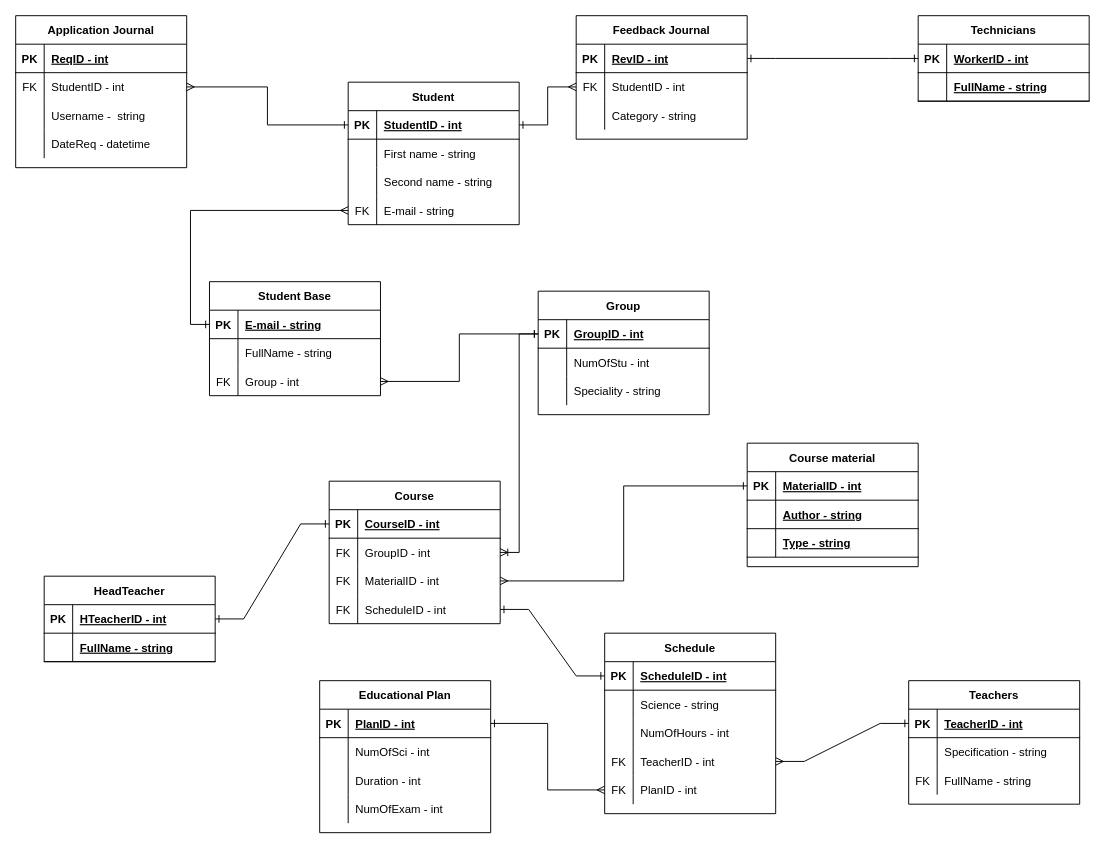
The draw.io diagram ER.drawio in JKtheeone/Online-School, before the edit. Source tidied: cells renumbered, new cells numbered last; positions are measured from the earlier drawing's top-left corner, leaving out a move shared by most shapes. Both pictures are drawn from the tidied source at 95%, with x=0, y=0 at pixel (15, 15).
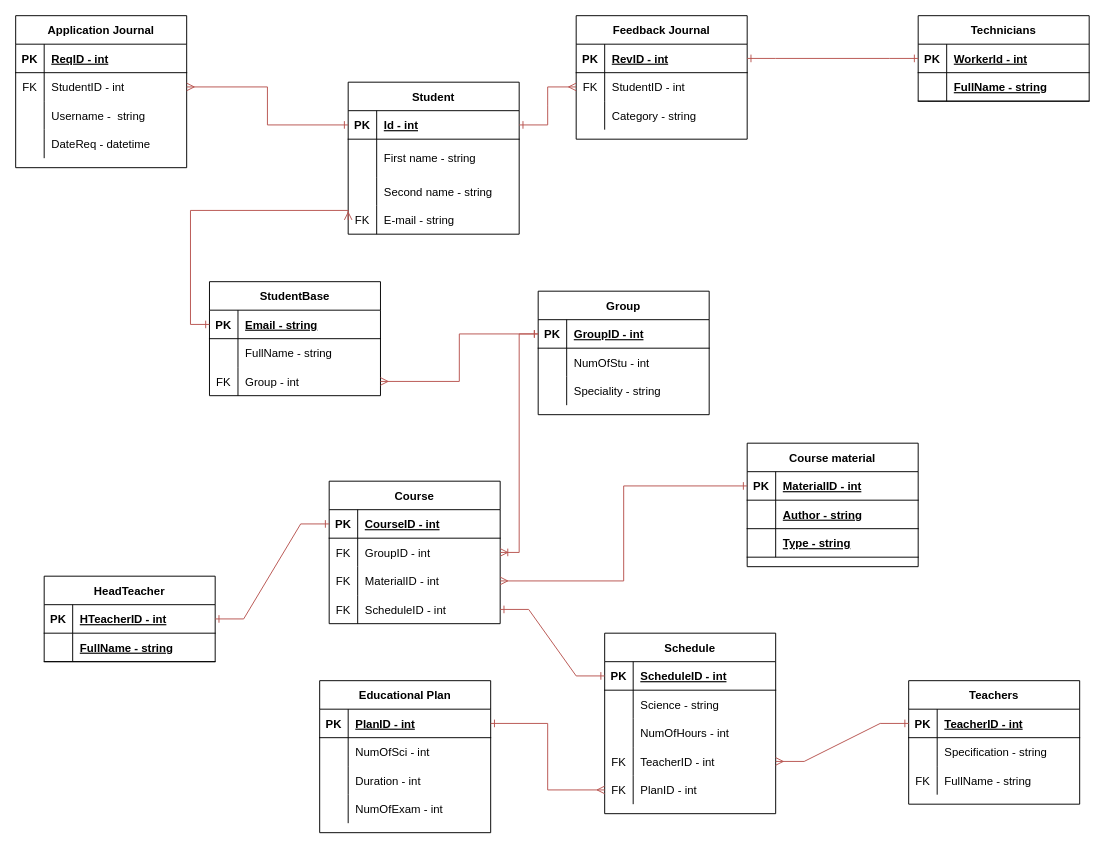
After the change.

Unchanged cells that the change refers to:
```xml
<mxCell id="3" style="shape=partialRectangle;fillColor=none;top=0;left=0;bottom=1;right=0;points=[[0,0.5],[1,0.5]];portConstraint=eastwest;" parent="2" vertex="1">
  <mxGeometry y="30" width="180" height="30" as="geometry" />
</mxCell>
<mxCell id="16" style="shape=partialRectangle;fillColor=none;top=0;left=0;bottom=1;right=0;points=[[0,0.5],[1,0.5]];portConstraint=eastwest;" parent="15" vertex="1">
  <mxGeometry y="30" width="180" height="30" as="geometry" />
</mxCell>
<mxCell id="19" style="shape=partialRectangle;fillColor=none;top=0;left=0;bottom=0;right=0;points=[[0,0.5],[1,0.5]];portConstraint=eastwest;" parent="15" vertex="1">
  <mxGeometry y="60" width="180" height="30" as="geometry" />
</mxCell>
<mxCell id="29" style="shape=partialRectangle;fillColor=none;top=0;left=0;bottom=0;right=0;points=[[0,0.5],[1,0.5]];portConstraint=eastwest;" parent="25" vertex="1">
  <mxGeometry y="60" width="180" height="30" as="geometry" />
</mxCell>
<mxCell id="39" style="shape=partialRectangle;fillColor=none;top=0;left=0;bottom=1;right=0;points=[[0,0.5],[1,0.5]];portConstraint=eastwest;" parent="38" vertex="1">
  <mxGeometry y="30" width="180" height="30" as="geometry" />
</mxCell>
<mxCell id="46" style="shape=partialRectangle;fillColor=none;top=0;left=0;bottom=1;right=0;points=[[0,0.5],[1,0.5]];portConstraint=eastwest;" parent="45" vertex="1">
  <mxGeometry y="30" width="180" height="30" as="geometry" />
</mxCell>
<mxCell id="53" style="shape=partialRectangle;fillColor=none;top=0;left=0;bottom=1;right=0;points=[[0,0.5],[1,0.5]];portConstraint=eastwest;" parent="52" vertex="1">
  <mxGeometry y="30" width="180" height="30" as="geometry" />
</mxCell>
<mxCell id="66" style="shape=partialRectangle;fillColor=none;top=0;left=0;bottom=1;right=0;points=[[0,0.5],[1,0.5]];portConstraint=eastwest;" parent="65" vertex="1">
  <mxGeometry y="30" width="180" height="30" as="geometry" />
</mxCell>
<mxCell id="75" style="shape=partialRectangle;fillColor=none;top=0;left=0;bottom=0;right=0;points=[[0,0.5],[1,0.5]];portConstraint=eastwest;" parent="65" vertex="1">
  <mxGeometry y="120" width="180" height="30" as="geometry" />
</mxCell>
<mxCell id="78" style="shape=partialRectangle;fillColor=none;top=0;left=0;bottom=0;right=0;points=[[0,0.5],[1,0.5]];portConstraint=eastwest;" parent="65" vertex="1">
  <mxGeometry y="150" width="180" height="30" as="geometry" />
</mxCell>
<mxCell id="82" style="shape=partialRectangle;fillColor=none;top=0;left=0;bottom=1;right=0;points=[[0,0.5],[1,0.5]];portConstraint=eastwest;" parent="81" vertex="1">
  <mxGeometry y="30" width="180" height="30" as="geometry" />
</mxCell>
<mxCell id="85" style="shape=partialRectangle;fillColor=none;top=0;left=0;bottom=0;right=0;points=[[0,0.5],[1,0.5]];portConstraint=eastwest;" parent="81" vertex="1">
  <mxGeometry y="60" width="180" height="30" as="geometry" />
</mxCell>
<mxCell id="88" style="shape=partialRectangle;fillColor=none;top=0;left=0;bottom=0;right=0;points=[[0,0.5],[1,0.5]];portConstraint=eastwest;" parent="81" vertex="1">
  <mxGeometry y="90" width="180" height="30" as="geometry" />
</mxCell>
<mxCell id="91" style="shape=partialRectangle;fillColor=none;top=0;left=0;bottom=0;right=0;points=[[0,0.5],[1,0.5]];portConstraint=eastwest;" parent="81" vertex="1">
  <mxGeometry y="120" width="180" height="30" as="geometry" />
</mxCell>
<mxCell id="95" style="shape=partialRectangle;fillColor=none;top=0;left=0;bottom=1;right=0;points=[[0,0.5],[1,0.5]];portConstraint=eastwest;" parent="94" vertex="1">
  <mxGeometry y="30" width="180" height="30" as="geometry" />
</mxCell>
<mxCell id="110" style="shape=partialRectangle;fillColor=none;top=0;left=0;bottom=1;right=0;points=[[0,0.5],[1,0.5]];portConstraint=eastwest;fontColor=default;strokeColor=default;" parent="109" vertex="1">
  <mxGeometry y="30" width="180" height="30" as="geometry" />
</mxCell>
<mxCell id="120" style="shape=partialRectangle;fillColor=none;top=0;left=0;bottom=1;right=0;points=[[0,0.5],[1,0.5]];portConstraint=eastwest;fontColor=default;strokeColor=default;" parent="119" vertex="1">
  <mxGeometry y="30" width="180" height="30" as="geometry" />
</mxCell>
<mxCell id="130" style="shape=partialRectangle;fillColor=none;top=0;left=0;bottom=1;right=0;points=[[0,0.5],[1,0.5]];portConstraint=eastwest;fontColor=default;strokeColor=default;" parent="129" vertex="1">
  <mxGeometry y="30" width="180" height="30" as="geometry" />
</mxCell>
<mxCell id="136" style="shape=partialRectangle;fillColor=none;top=0;left=0;bottom=0;right=0;points=[[0,0.5],[1,0.5]];portConstraint=eastwest;fontColor=default;strokeColor=default;" parent="129" vertex="1">
  <mxGeometry y="90" width="180" height="30" as="geometry" />
</mxCell>
```

Diff of the diagram source:
```diff
@@
     <mxCell id="2" value="Student" style="shape=table;startSize=30;childLayout=tableLayout;rowLines=0;fontStyle=1;align=center;fillColor=default;strokeColor=default;fontColor=default;" parent="1" vertex="1">
-      <mxGeometry x="350" y="70" width="180" height="150" as="geometry" />
+      <mxGeometry x="350" y="70" width="180" height="160" as="geometry" />
     </mxCell>
@@
-    <mxCell id="5" value="StudentID - int" style="shape=partialRectangle;fillColor=none;top=0;left=0;bottom=0;right=0;align=left;spacingLeft=6;fontStyle=5;overflow=hidden;" parent="3" vertex="1">
+    <mxCell id="5" value="Id - int" style="shape=partialRectangle;fillColor=none;top=0;left=0;bottom=0;right=0;align=left;spacingLeft=6;fontStyle=5;overflow=hidden;" parent="3" vertex="1">
       <mxGeometry x="30" width="150" height="30" as="geometry" />
     </mxCell>
     <mxCell id="6" style="shape=partialRectangle;fillColor=none;top=0;left=0;bottom=0;right=0;" parent="2" vertex="1">
-      <mxGeometry y="60" width="180" height="30" as="geometry" />
+      <mxGeometry y="60" width="180" height="40" as="geometry" />
     </mxCell>
     <mxCell id="7" style="shape=partialRectangle;fillColor=none;top=0;left=0;bottom=0;right=0;overflow=hidden;" parent="6" vertex="1">
-      <mxGeometry width="30" height="30" as="geometry" />
+      <mxGeometry width="30" height="40" as="geometry" />
     </mxCell>
     <mxCell id="8" value="First name - string" style="shape=partialRectangle;fillColor=none;top=0;left=0;bottom=0;right=0;align=left;spacingLeft=6;overflow=hidden;" parent="6" vertex="1">
-      <mxGeometry x="30" width="150" height="30" as="geometry" />
+      <mxGeometry x="30" width="150" height="40" as="geometry" />
     </mxCell>
     <mxCell id="9" style="shape=partialRectangle;fillColor=none;top=0;left=0;bottom=0;right=0;" parent="2" vertex="1">
-      <mxGeometry y="90" width="180" height="30" as="geometry" />
+      <mxGeometry y="100" width="180" height="30" as="geometry" />
     </mxCell>
@@
     <mxCell id="12" style="shape=partialRectangle;fillColor=none;top=0;left=0;bottom=0;right=0;points=[[0,0.5],[1,0.5]];portConstraint=eastwest;" parent="2" vertex="1">
-      <mxGeometry y="120" width="180" height="30" as="geometry" />
+      <mxGeometry y="130" width="180" height="30" as="geometry" />
     </mxCell>
@@
-    <mxCell id="41" value="WorkerID - int" style="shape=partialRectangle;fillColor=none;top=0;left=0;bottom=0;right=0;align=left;spacingLeft=6;fontStyle=5;overflow=hidden;" parent="39" vertex="1">
+    <mxCell id="41" value="WorkerId - int" style="shape=partialRectangle;fillColor=none;top=0;left=0;bottom=0;right=0;align=left;spacingLeft=6;fontStyle=5;overflow=hidden;" parent="39" vertex="1">
       <mxGeometry x="30" width="150" height="30" as="geometry" />
     </mxCell>
@@
-    <mxCell id="104" style="edgeStyle=entityRelationEdgeStyle;fontSize=12;html=1;endArrow=ERmany;startArrow=ERone;rounded=0;exitX=1;exitY=0.5;exitDx=0;exitDy=0;entryX=0;entryY=0.5;entryDx=0;entryDy=0;startFill=0;endFill=0;" parent="1" edge="1" source="3" target="19">
+    <mxCell id="104" style="edgeStyle=entityRelationEdgeStyle;fontSize=12;html=1;endArrow=ERmany;startArrow=ERone;rounded=0;exitX=1;exitY=0.5;exitDx=0;exitDy=0;entryX=0;entryY=0.5;entryDx=0;entryDy=0;startFill=0;endFill=0;fillColor=#f8cecc;strokeColor=#b85450;" parent="1" edge="1" source="3" target="19">
       <mxGeometry relative="1" as="geometry" />
     </mxCell>
-    <mxCell id="105" style="edgeStyle=entityRelationEdgeStyle;fontSize=12;html=1;endArrow=ERone;startArrow=ERone;rounded=0;exitX=1;exitY=0.5;exitDx=0;exitDy=0;entryX=0;entryY=0.5;entryDx=0;entryDy=0;startFill=0;endFill=0;" parent="1" edge="1" source="16" target="39">
+    <mxCell id="105" style="edgeStyle=entityRelationEdgeStyle;fontSize=12;html=1;endArrow=ERone;startArrow=ERone;rounded=0;exitX=1;exitY=0.5;exitDx=0;exitDy=0;entryX=0;entryY=0.5;entryDx=0;entryDy=0;startFill=0;endFill=0;fillColor=#f8cecc;strokeColor=#b85450;" parent="1" edge="1" source="16" target="39">
       <mxGeometry relative="1" as="geometry" />
     </mxCell>
-    <mxCell id="106" style="edgeStyle=entityRelationEdgeStyle;fontSize=12;html=1;endArrow=ERone;startArrow=ERmany;rounded=0;exitX=1;exitY=0.5;exitDx=0;exitDy=0;entryX=0;entryY=0.5;entryDx=0;entryDy=0;startFill=0;endFill=0;" parent="1" edge="1" source="75" target="95">
+    <mxCell id="106" style="edgeStyle=entityRelationEdgeStyle;fontSize=12;html=1;endArrow=ERone;startArrow=ERmany;rounded=0;exitX=1;exitY=0.5;exitDx=0;exitDy=0;entryX=0;entryY=0.5;entryDx=0;entryDy=0;startFill=0;endFill=0;fillColor=#f8cecc;strokeColor=#b85450;" parent="1" edge="1" source="75" target="95">
       <mxGeometry relative="1" as="geometry" />
     </mxCell>
-    <mxCell id="107" style="edgeStyle=entityRelationEdgeStyle;fontSize=12;html=1;endArrow=ERone;startArrow=ERone;rounded=0;exitX=1;exitY=0.5;exitDx=0;exitDy=0;entryX=0;entryY=0.5;entryDx=0;entryDy=0;startFill=0;endFill=0;" parent="1" edge="1" source="46" target="82">
+    <mxCell id="107" style="edgeStyle=entityRelationEdgeStyle;fontSize=12;html=1;endArrow=ERone;startArrow=ERone;rounded=0;exitX=1;exitY=0.5;exitDx=0;exitDy=0;entryX=0;entryY=0.5;entryDx=0;entryDy=0;startFill=0;endFill=0;fillColor=#f8cecc;strokeColor=#b85450;" parent="1" edge="1" source="46" target="82">
       <mxGeometry relative="1" as="geometry" />
     </mxCell>
-    <mxCell id="108" style="edgeStyle=entityRelationEdgeStyle;fontSize=12;html=1;endArrow=ERone;startArrow=ERone;rounded=0;startFill=0;endFill=0;exitX=1;exitY=0.5;exitDx=0;exitDy=0;entryX=0;entryY=0.5;entryDx=0;entryDy=0;" parent="1" edge="1" source="91" target="66">
+    <mxCell id="108" style="edgeStyle=entityRelationEdgeStyle;fontSize=12;html=1;endArrow=ERone;startArrow=ERone;rounded=0;startFill=0;endFill=0;exitX=1;exitY=0.5;exitDx=0;exitDy=0;entryX=0;entryY=0.5;entryDx=0;entryDy=0;fillColor=#f8cecc;strokeColor=#b85450;" parent="1" edge="1" source="91" target="66">
       <mxGeometry relative="1" as="geometry" />
     </mxCell>
@@
-    <mxCell id="129" value="Student Base" style="shape=table;startSize=30;childLayout=tableLayout;rowLines=0;fontStyle=1;align=center;fontColor=default;strokeColor=default;fillColor=default;" parent="1" vertex="1">
+    <mxCell id="129" value="StudentBase" style="shape=table;startSize=30;childLayout=tableLayout;rowLines=0;fontStyle=1;align=center;fontColor=default;strokeColor=default;fillColor=default;" parent="1" vertex="1">
       <mxGeometry x="204" y="280" width="180" height="120" as="geometry" />
     </mxCell>
@@
-    <mxCell id="132" value="E-mail - string" style="shape=partialRectangle;fillColor=none;top=0;left=0;bottom=0;right=0;align=left;spacingLeft=6;fontStyle=5;overflow=hidden;fontColor=default;strokeColor=default;" parent="130" vertex="1">
+    <mxCell id="132" value="Email - string" style="shape=partialRectangle;fillColor=none;top=0;left=0;bottom=0;right=0;align=left;spacingLeft=6;fontStyle=5;overflow=hidden;fontColor=default;strokeColor=default;" parent="130" vertex="1">
       <mxGeometry x="30" width="150" height="30" as="geometry" />
     </mxCell>
@@
-    <mxCell id="139" style="edgeStyle=orthogonalEdgeStyle;rounded=0;jettySize=auto;html=1;exitX=0;exitY=0.5;exitDx=0;exitDy=0;entryX=1;entryY=0.5;entryDx=0;entryDy=0;startArrow=ERone;startFill=0;endArrow=ERmany;endFill=0;" parent="1" edge="1" source="120" target="88">
+    <mxCell id="139" style="edgeStyle=orthogonalEdgeStyle;rounded=0;jettySize=auto;html=1;exitX=0;exitY=0.5;exitDx=0;exitDy=0;entryX=1;entryY=0.5;entryDx=0;entryDy=0;startArrow=ERone;startFill=0;endArrow=ERmany;endFill=0;fillColor=#f8cecc;strokeColor=#b85450;" parent="1" edge="1" source="120" target="88">
       <mxGeometry relative="1" as="geometry" />
     </mxCell>
-    <mxCell id="140" style="edgeStyle=orthogonalEdgeStyle;rounded=0;jettySize=auto;html=1;exitX=0;exitY=0.5;exitDx=0;exitDy=0;entryX=0;entryY=0.5;entryDx=0;entryDy=0;startArrow=ERmany;startFill=0;endArrow=ERone;endFill=0;" parent="1" edge="1" source="12" target="130">
+    <mxCell id="140" style="edgeStyle=orthogonalEdgeStyle;rounded=0;jettySize=auto;html=1;exitX=0;exitY=0.5;exitDx=0;exitDy=0;entryX=0;entryY=0.5;entryDx=0;entryDy=0;startArrow=ERmany;startFill=0;endArrow=ERone;endFill=0;fillColor=#f8cecc;strokeColor=#b85450;" parent="1" edge="1" source="12" target="130">
       <mxGeometry relative="1" as="geometry">
         <Array as="points">
           <mxPoint x="184" y="205" />
           <mxPoint x="184" y="325" />
         </Array>
       </mxGeometry>
     </mxCell>
-    <mxCell id="141" style="edgeStyle=orthogonalEdgeStyle;rounded=0;jettySize=auto;html=1;exitX=0;exitY=0.5;exitDx=0;exitDy=0;entryX=1;entryY=0.5;entryDx=0;entryDy=0;startArrow=ERone;startFill=0;endArrow=ERoneToMany;endFill=0;" parent="1" edge="1" source="110" target="85">
+    <mxCell id="141" style="edgeStyle=orthogonalEdgeStyle;rounded=0;jettySize=auto;html=1;exitX=0;exitY=0.5;exitDx=0;exitDy=0;entryX=1;entryY=0.5;entryDx=0;entryDy=0;startArrow=ERone;startFill=0;endArrow=ERoneToMany;endFill=0;fillColor=#f8cecc;strokeColor=#b85450;" parent="1" edge="1" source="110" target="85">
       <mxGeometry relative="1" as="geometry" />
     </mxCell>
-    <mxCell id="142" style="edgeStyle=orthogonalEdgeStyle;rounded=0;jettySize=auto;html=1;exitX=0;exitY=0.5;exitDx=0;exitDy=0;entryX=1;entryY=0.5;entryDx=0;entryDy=0;startArrow=ERone;startFill=0;endArrow=ERmany;endFill=0;" parent="1" edge="1" source="110" target="136">
+    <mxCell id="142" style="edgeStyle=orthogonalEdgeStyle;rounded=0;jettySize=auto;html=1;exitX=0;exitY=0.5;exitDx=0;exitDy=0;entryX=1;entryY=0.5;entryDx=0;entryDy=0;startArrow=ERone;startFill=0;endArrow=ERmany;endFill=0;fillColor=#f8cecc;strokeColor=#b85450;" parent="1" edge="1" source="110" target="136">
       <mxGeometry relative="1" as="geometry" />
     </mxCell>
-    <mxCell id="143" style="edgeStyle=orthogonalEdgeStyle;rounded=0;jettySize=auto;html=1;exitX=1;exitY=0.5;exitDx=0;exitDy=0;entryX=0;entryY=0.5;entryDx=0;entryDy=0;startArrow=ERmany;startFill=0;endArrow=ERone;endFill=0;" parent="1" edge="1" source="29" target="3">
+    <mxCell id="143" style="edgeStyle=orthogonalEdgeStyle;rounded=0;jettySize=auto;html=1;exitX=1;exitY=0.5;exitDx=0;exitDy=0;entryX=0;entryY=0.5;entryDx=0;entryDy=0;startArrow=ERmany;startFill=0;endArrow=ERone;endFill=0;fillColor=#f8cecc;strokeColor=#b85450;" parent="1" edge="1" source="29" target="3">
       <mxGeometry relative="1" as="geometry" />
     </mxCell>
-    <mxCell id="144" style="edgeStyle=orthogonalEdgeStyle;rounded=0;jettySize=auto;html=1;exitX=1;exitY=0.5;exitDx=0;exitDy=0;entryX=0;entryY=0.5;entryDx=0;entryDy=0;startArrow=ERone;startFill=0;endArrow=ERmany;endFill=0;" parent="1" edge="1" source="53" target="78">
+    <mxCell id="144" style="edgeStyle=orthogonalEdgeStyle;rounded=0;jettySize=auto;html=1;exitX=1;exitY=0.5;exitDx=0;exitDy=0;entryX=0;entryY=0.5;entryDx=0;entryDy=0;startArrow=ERone;startFill=0;endArrow=ERmany;endFill=0;fillColor=#f8cecc;strokeColor=#b85450;" parent="1" edge="1" source="53" target="78">
       <mxGeometry relative="1" as="geometry" />
     </mxCell>
```
